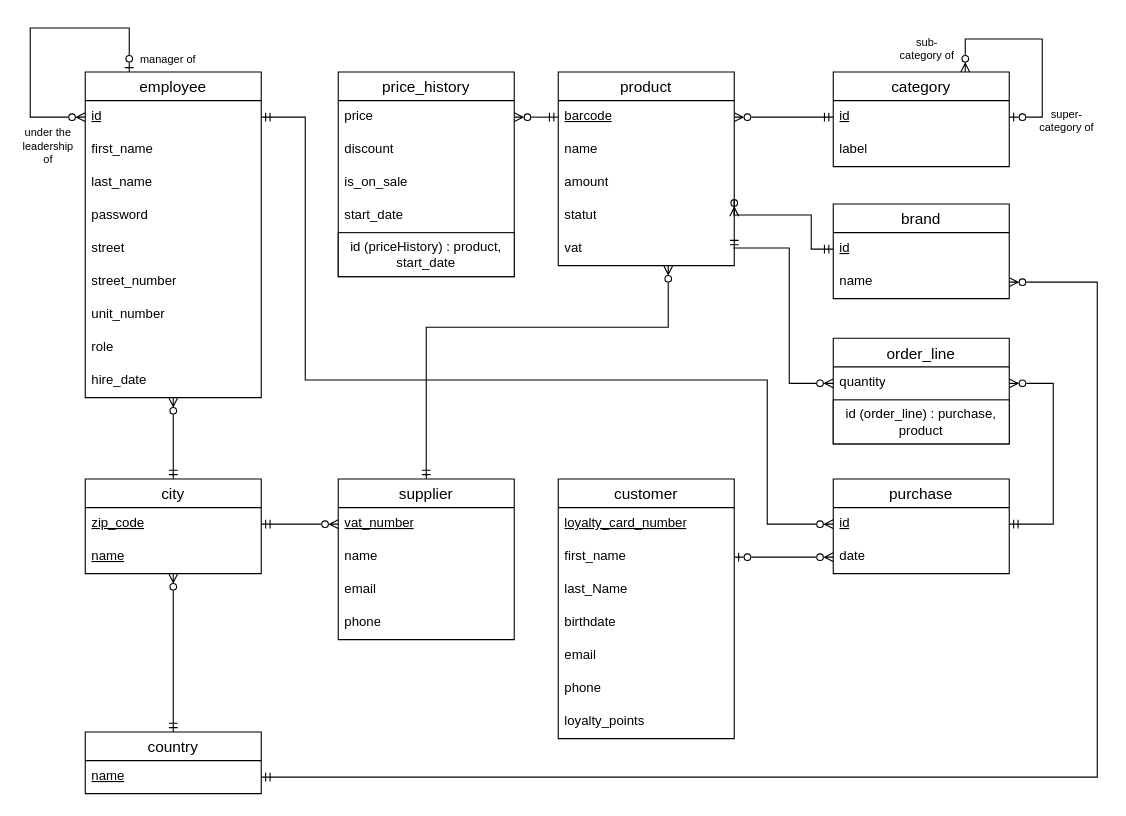
Above: docs/DB/DB.drawio in maxoux53/petit-bazar (draw.io), before the change. Source tidied: cells renumbered, new cells numbered last; positions are measured from the earlier drawing's top-left corner, leaving out a move shared by most shapes. Both pictures are drawn from the tidied source at 110%, with x=0, y=0 at pixel (19, 28).
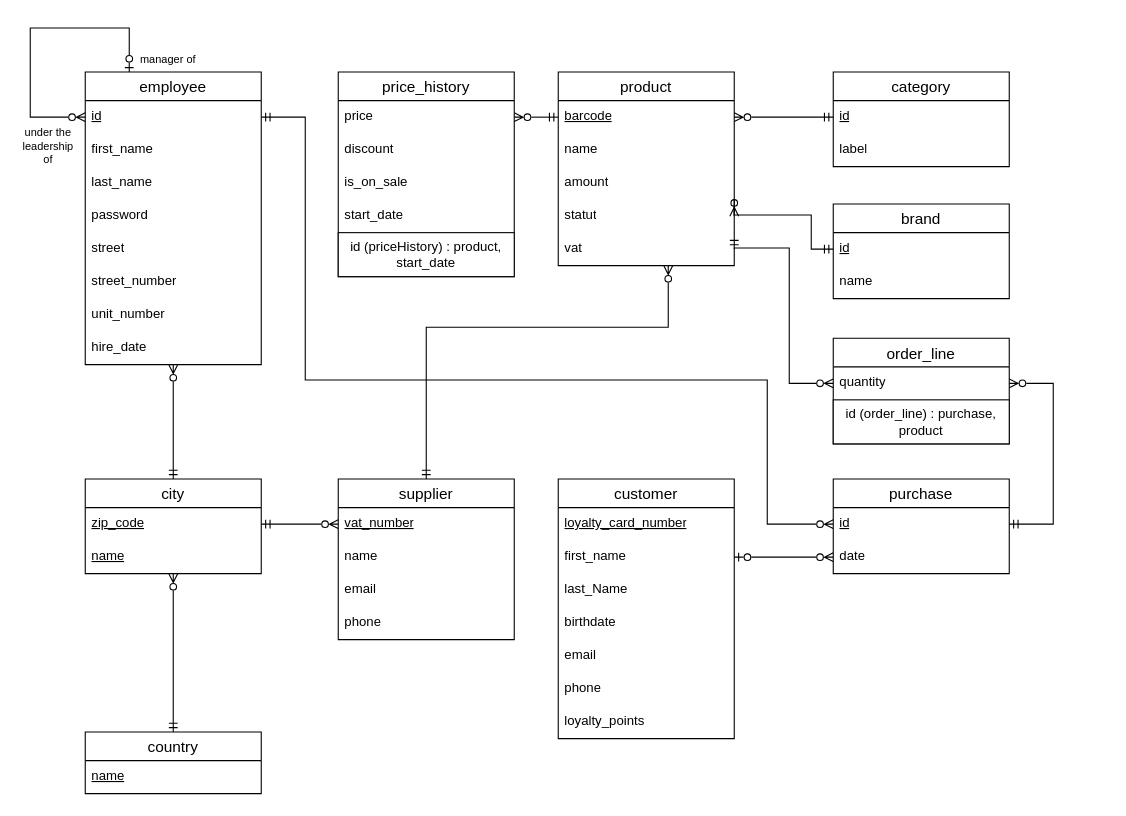
The same page after the edit.

Unchanged cells that the change refers to:
```xml
<mxCell id="22" value="name" style="text;strokeColor=none;fillColor=none;spacingLeft=4;spacingRight=4;overflow=hidden;points=[[0,0.5],[1,0.5]];portConstraint=eastwest;fontSize=12;whiteSpace=wrap;html=1;" parent="20" vertex="1">
  <mxGeometry y="56" width="160" height="30" as="geometry" />
</mxCell>
<mxCell id="34" value="&lt;u&gt;name&lt;/u&gt;" style="text;strokeColor=none;fillColor=none;spacingLeft=4;spacingRight=4;overflow=hidden;points=[[0,0.5],[1,0.5]];portConstraint=eastwest;fontSize=12;whiteSpace=wrap;html=1;" parent="33" vertex="1">
  <mxGeometry y="26" width="160" height="30" as="geometry" />
</mxCell>
<mxCell id="65" value="category" style="swimlane;fontStyle=0;horizontal=1;startSize=26;align=center;fontSize=14;" parent="1" vertex="1">
  <mxGeometry x="740" y="40" width="160" height="86" as="geometry" />
</mxCell>
<mxCell id="66" value="&lt;u&gt;id&lt;/u&gt;" style="text;strokeColor=none;fillColor=none;spacingLeft=4;spacingRight=4;overflow=hidden;points=[[0,0.5],[1,0.5]];portConstraint=eastwest;fontSize=12;whiteSpace=wrap;html=1;" parent="65" vertex="1">
  <mxGeometry y="26" width="160" height="30" as="geometry" />
</mxCell>
```

Diff of the diagram source:
```diff
@@
     <mxCell id="3" value="employee" style="swimlane;fontStyle=0;horizontal=1;startSize=26;align=center;fontSize=14;" parent="1" vertex="1">
-      <mxGeometry x="60" y="40" width="160" height="296" as="geometry" />
+      <mxGeometry x="60" y="40" width="160" height="266" as="geometry" />
     </mxCell>
@@
-    <mxCell id="12" value="role" style="text;strokeColor=none;fillColor=none;spacingLeft=4;spacingRight=4;overflow=hidden;fontSize=12;whiteSpace=wrap;html=1;" parent="3" vertex="1">
-      <mxGeometry y="236" width="160" height="30" as="geometry" />
-    </mxCell>
     <mxCell id="13" value="hire_date" style="text;strokeColor=none;fillColor=none;spacingLeft=4;spacingRight=4;overflow=hidden;fontSize=12;whiteSpace=wrap;html=1;" parent="3" vertex="1">
-      <mxGeometry y="266" width="160" height="30" as="geometry" />
+      <mxGeometry y="236" width="160" height="30" as="geometry" />
     </mxCell>
@@
-    <mxCell id="62" style="edgeStyle=orthogonalEdgeStyle;rounded=0;jettySize=auto;html=1;exitX=1;exitY=0.5;exitDx=0;exitDy=0;entryX=1;entryY=0.5;entryDx=0;entryDy=0;endArrow=ERmandOne;endFill=0;startArrow=ERzeroToMany;startFill=0;" parent="1" edge="1" source="22" target="34">
-      <mxGeometry relative="1" as="geometry">
-        <Array as="points">
-          <mxPoint x="980" y="231" />
-          <mxPoint x="980" y="681" />
-        </Array>
-      </mxGeometry>
-    </mxCell>
@@
-    <mxCell id="68" style="edgeStyle=orthogonalEdgeStyle;rounded=0;jettySize=auto;html=1;exitX=0.75;exitY=0;exitDx=0;exitDy=0;entryX=1;entryY=0.5;entryDx=0;entryDy=0;endArrow=ERzeroToOne;endFill=0;startArrow=ERzeroToMany;startFill=0;" parent="65" edge="1" source="65" target="66">
-      <mxGeometry relative="1" as="geometry">
-        <Array as="points">
-          <mxPoint x="120" y="-30" />
-          <mxPoint x="190" y="-30" />
-          <mxPoint x="190" y="41" />
-        </Array>
-      </mxGeometry>
-    </mxCell>
@@
-    <mxCell id="70" value="sub-category of" style="text;html=1;align=center;verticalAlign=middle;whiteSpace=wrap;rounded=0;fontSize=10;" parent="1" vertex="1">
-      <mxGeometry x="798" y="9" width="55" height="20" as="geometry" />
-    </mxCell>
-    <mxCell id="71" value="super-category of" style="text;html=1;align=center;verticalAlign=middle;whiteSpace=wrap;rounded=0;fontSize=10;" parent="1" vertex="1">
-      <mxGeometry x="925" y="74" width="55" height="20" as="geometry" />
-    </mxCell>
```
